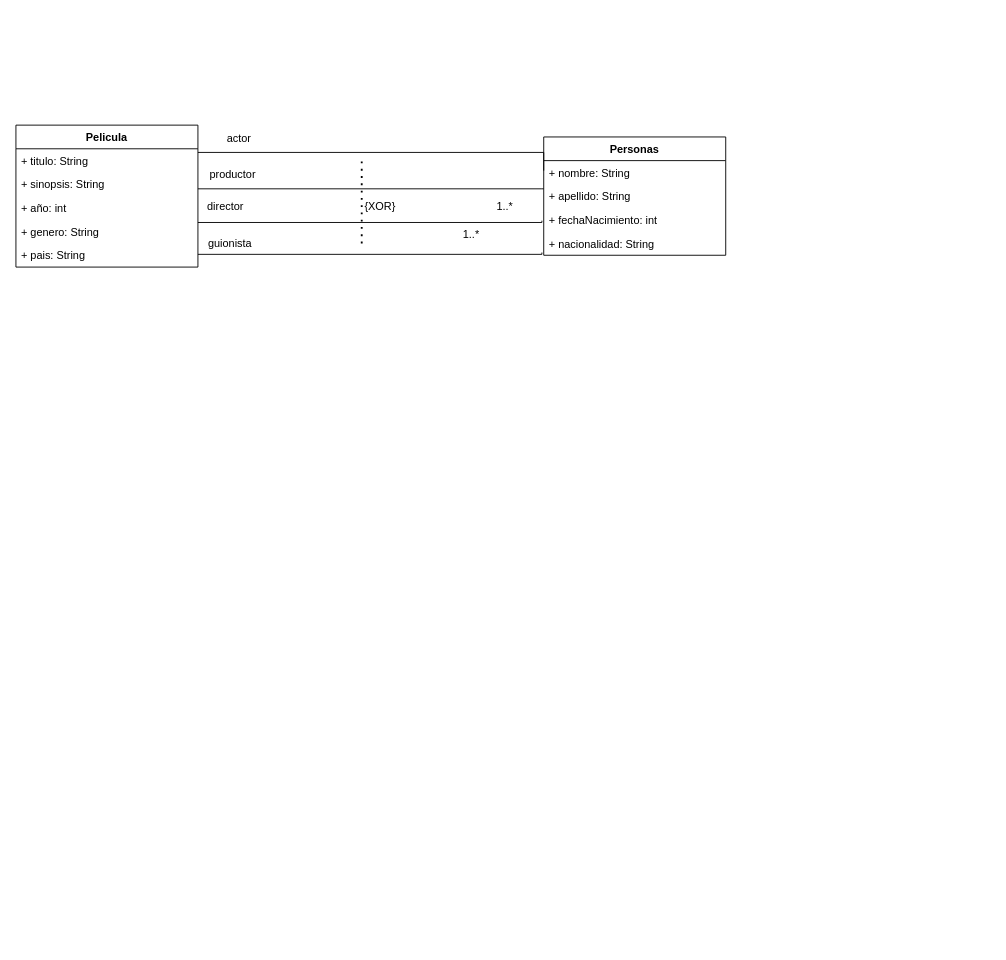
Earlier version of the draw.io diagram PRACTICA/pelicula.drawio (angelmiky/Entornos-de-desarrollo). Source tidied: cells renumbered, new cells numbered last; positions are measured from the earlier drawing's top-left corner, leaving out a move shared by most shapes. Both pictures are drawn from the tidied source at 91%, with x=0, y=0 at pixel (15, 125).
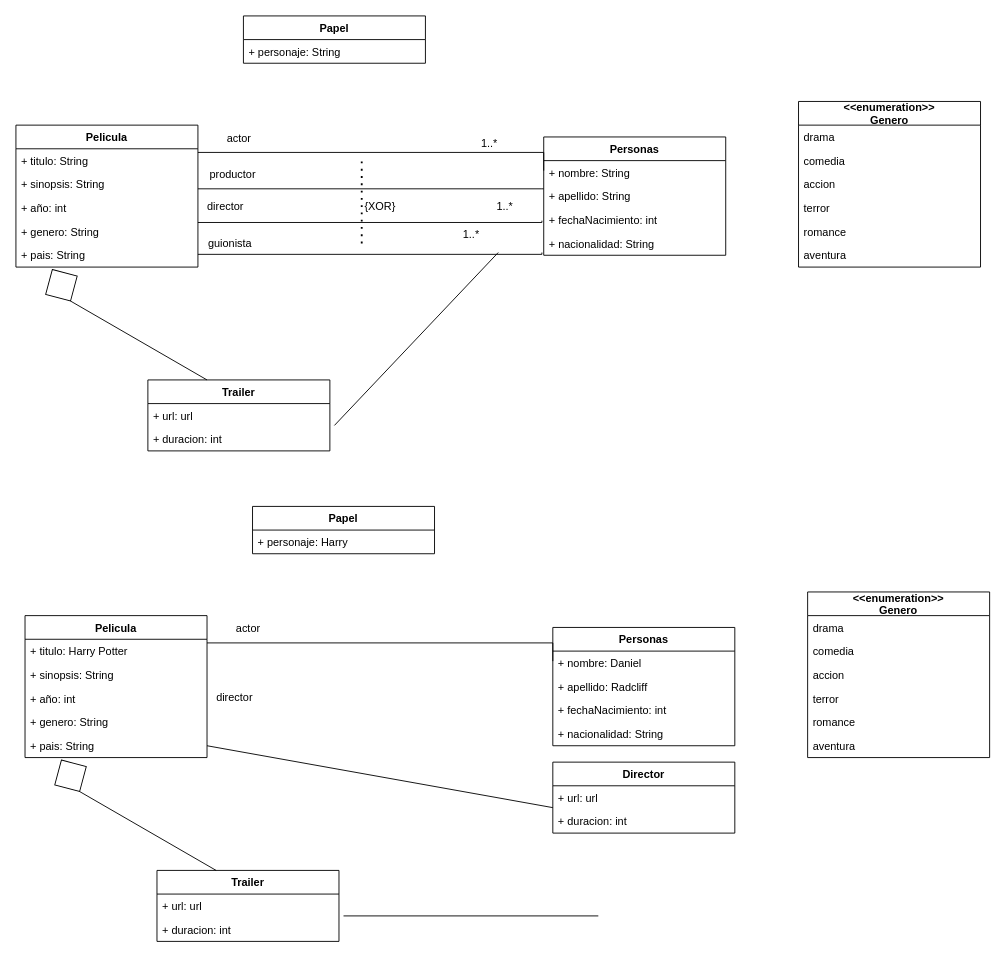
The same page after the edit.

Diff of the diagram source:
```diff
@@
+    <mxCell id="25" value="Papel" style="swimlane;fontStyle=1;horizontal=1;startSize=26;fillColor=none;" parent="1" vertex="1">
+      <mxGeometry x="250" y="-120" width="200" height="52" as="geometry" />
+    </mxCell>
+    <mxCell id="26" value="+ personaje: String" style="text;strokeColor=none;fillColor=none;align=left;verticalAlign=top;spacingLeft=4;spacingRight=4;overflow=hidden;" parent="25" vertex="1">
+      <mxGeometry y="26" width="200" height="26" as="geometry" />
+    </mxCell>
+    <mxCell id="27" value="&lt;&lt;enumeration&gt;&gt;&#10;Genero" style="swimlane;fontStyle=1;horizontal=1;startSize=26;fillColor=none;" parent="1" vertex="1">
+      <mxGeometry x="860" y="-26" width="200" height="182" as="geometry" />
+    </mxCell>
+    <mxCell id="28" value="drama" style="text;strokeColor=none;fillColor=none;align=left;verticalAlign=top;spacingLeft=4;spacingRight=4;overflow=hidden;" parent="27" vertex="1">
+      <mxGeometry y="26" width="200" height="26" as="geometry" />
+    </mxCell>
+    <mxCell id="29" value="comedia" style="text;strokeColor=none;fillColor=none;align=left;verticalAlign=top;spacingLeft=4;spacingRight=4;overflow=hidden;" parent="27" vertex="1">
+      <mxGeometry y="52" width="200" height="26" as="geometry" />
+    </mxCell>
+    <mxCell id="30" value="accion" style="text;strokeColor=none;fillColor=none;align=left;verticalAlign=top;spacingLeft=4;spacingRight=4;overflow=hidden;" parent="27" vertex="1">
+      <mxGeometry y="78" width="200" height="26" as="geometry" />
+    </mxCell>
+    <mxCell id="31" value="terror" style="text;strokeColor=none;fillColor=none;align=left;verticalAlign=top;spacingLeft=4;spacingRight=4;overflow=hidden;" parent="27" vertex="1">
+      <mxGeometry y="104" width="200" height="26" as="geometry" />
+    </mxCell>
+    <mxCell id="32" value="romance" style="text;strokeColor=none;fillColor=none;align=left;verticalAlign=top;spacingLeft=4;spacingRight=4;overflow=hidden;" parent="27" vertex="1">
+      <mxGeometry y="130" width="200" height="26" as="geometry" />
+    </mxCell>
+    <mxCell id="33" value="aventura" style="text;strokeColor=none;fillColor=none;align=left;verticalAlign=top;spacingLeft=4;spacingRight=4;overflow=hidden;" parent="27" vertex="1">
+      <mxGeometry y="156" width="200" height="26" as="geometry" />
+    </mxCell>
+    <mxCell id="34" value="Trailer" style="swimlane;fontStyle=1;horizontal=1;startSize=26;fillColor=none;" parent="1" vertex="1">
+      <mxGeometry x="145" y="280" width="200" height="78" as="geometry" />
+    </mxCell>
+    <mxCell id="35" value="+ url: url&#10;" style="text;strokeColor=none;fillColor=none;align=left;verticalAlign=top;spacingLeft=4;spacingRight=4;overflow=hidden;" parent="34" vertex="1">
+      <mxGeometry y="26" width="200" height="26" as="geometry" />
+    </mxCell>
+    <mxCell id="36" value="+ duracion: int" style="text;strokeColor=none;fillColor=none;align=left;verticalAlign=top;spacingLeft=4;spacingRight=4;overflow=hidden;" parent="34" vertex="1">
+      <mxGeometry y="52" width="200" height="26" as="geometry" />
+    </mxCell>
+    <mxCell id="37" value="1..*" style="text;html=1;align=center;verticalAlign=middle;strokeColor=none;fillColor=none;" parent="1" vertex="1">
+      <mxGeometry x="500" y="5" width="40" height="30" as="geometry" />
+    </mxCell>
+    <mxCell id="38" style="rhombus;whiteSpace=wrap;html=1;rotation=-30;" parent="1" vertex="1">
+      <mxGeometry x="30" y="156" width="40" height="40" as="geometry" />
+    </mxCell>
+    <mxCell id="39" style="endArrow=none;html=1;rounded=0;entryX=0.5;entryY=1;entryDx=0;entryDy=0;exitX=0.325;exitY=0;exitDx=0;exitDy=0;exitPerimeter=0;" parent="1" edge="1" source="34" target="38">
+      <mxGeometry relative="1" as="geometry" />
+    </mxCell>
+    <mxCell id="40" style="endArrow=none;html=1;rounded=0;" parent="1" edge="1">
+      <mxGeometry relative="1" as="geometry">
+        <mxPoint x="350" y="330" as="sourcePoint" />
+        <mxPoint x="530" y="140" as="targetPoint" />
+      </mxGeometry>
+    </mxCell>
+    <mxCell id="41" value="Pelicula" style="swimlane;fontStyle=1;horizontal=1;startSize=26;fillColor=none;" parent="1" vertex="1">
+      <mxGeometry x="10" y="539" width="200" height="156" as="geometry" />
+    </mxCell>
+    <mxCell id="42" value="+ titulo: Harry Potter" style="text;strokeColor=none;fillColor=none;align=left;verticalAlign=top;spacingLeft=4;spacingRight=4;overflow=hidden;points=[[0,0.5],[1,0.5]];portConstraint=eastwest;" parent="41" vertex="1">
+      <mxGeometry y="26" width="200" height="26" as="geometry" />
+    </mxCell>
+    <mxCell id="43" value="+ sinopsis: String" style="text;strokeColor=none;fillColor=none;align=left;verticalAlign=top;spacingLeft=4;spacingRight=4;overflow=hidden;" parent="41" vertex="1">
+      <mxGeometry y="52" width="200" height="26" as="geometry" />
+    </mxCell>
+    <mxCell id="44" value="+ año: int" style="text;strokeColor=none;fillColor=none;align=left;verticalAlign=top;spacingLeft=4;spacingRight=4;overflow=hidden;" parent="41" vertex="1">
+      <mxGeometry y="78" width="200" height="26" as="geometry" />
+    </mxCell>
+    <mxCell id="45" value="+ genero: String" style="text;strokeColor=none;fillColor=none;align=left;verticalAlign=top;spacingLeft=4;spacingRight=4;overflow=hidden;" parent="41" vertex="1">
+      <mxGeometry y="104" width="200" height="26" as="geometry" />
+    </mxCell>
+    <mxCell id="46" value="+ pais: String" style="text;strokeColor=none;fillColor=none;align=left;verticalAlign=top;spacingLeft=4;spacingRight=4;overflow=hidden;points=[[0,0.5],[1,0.5]];portConstraint=eastwest;" parent="41" vertex="1">
+      <mxGeometry y="130" width="200" height="26" as="geometry" />
+    </mxCell>
+    <mxCell id="47" value="Personas" style="swimlane;fontStyle=1;horizontal=1;startSize=26;fillColor=none;" parent="1" vertex="1">
+      <mxGeometry x="590" y="552" width="200" height="130" as="geometry" />
+    </mxCell>
+    <mxCell id="48" value="+ nombre: Daniel" style="text;strokeColor=none;fillColor=none;align=left;verticalAlign=top;spacingLeft=4;spacingRight=4;overflow=hidden;" parent="47" vertex="1">
+      <mxGeometry y="26" width="200" height="26" as="geometry" />
+    </mxCell>
+    <mxCell id="49" value="+ apellido: Radcliff" style="text;strokeColor=none;fillColor=none;align=left;verticalAlign=top;spacingLeft=4;spacingRight=4;overflow=hidden;" parent="47" vertex="1">
+      <mxGeometry y="52" width="200" height="26" as="geometry" />
+    </mxCell>
+    <mxCell id="50" value="+ fechaNacimiento: int" style="text;strokeColor=none;fillColor=none;align=left;verticalAlign=top;spacingLeft=4;spacingRight=4;overflow=hidden;" parent="47" vertex="1">
+      <mxGeometry y="78" width="200" height="26" as="geometry" />
+    </mxCell>
+    <mxCell id="51" value="+ nacionalidad: String" style="text;strokeColor=none;fillColor=none;align=left;verticalAlign=top;spacingLeft=4;spacingRight=4;overflow=hidden;" parent="47" vertex="1">
+      <mxGeometry y="104" width="200" height="26" as="geometry" />
+    </mxCell>
+    <mxCell id="52" style="edgeStyle=orthogonalEdgeStyle;rounded=0;jettySize=auto;html=1;endArrow=none;endFill=0;" parent="1" edge="1" source="42">
+      <mxGeometry relative="1" as="geometry">
+        <mxPoint x="590" y="589" as="targetPoint" />
+        <Array as="points">
+          <mxPoint x="590" y="569" />
+        </Array>
+      </mxGeometry>
+    </mxCell>
+    <mxCell id="53" value="actor" style="text;html=1;align=center;verticalAlign=middle;strokeColor=none;fillColor=none;" parent="1" vertex="1">
+      <mxGeometry x="230" y="539" width="50" height="30" as="geometry" />
+    </mxCell>
+    <mxCell id="54" value="director" style="text;html=1;align=center;verticalAlign=middle;strokeColor=none;fillColor=none;" parent="1" vertex="1">
+      <mxGeometry x="210" y="614" width="60" height="30" as="geometry" />
+    </mxCell>
+    <mxCell id="55" value="Papel" style="swimlane;fontStyle=1;horizontal=1;startSize=26;fillColor=none;" parent="1" vertex="1">
+      <mxGeometry x="260" y="419" width="200" height="52" as="geometry" />
+    </mxCell>
+    <mxCell id="56" value="+ personaje: Harry" style="text;strokeColor=none;fillColor=none;align=left;verticalAlign=top;spacingLeft=4;spacingRight=4;overflow=hidden;" parent="55" vertex="1">
+      <mxGeometry y="26" width="200" height="26" as="geometry" />
+    </mxCell>
+    <mxCell id="57" value="&lt;&lt;enumeration&gt;&gt;&#10;Genero" style="swimlane;fontStyle=1;horizontal=1;startSize=26;fillColor=none;" parent="1" vertex="1">
+      <mxGeometry x="870" y="513" width="200" height="182" as="geometry" />
+    </mxCell>
+    <mxCell id="58" value="drama" style="text;strokeColor=none;fillColor=none;align=left;verticalAlign=top;spacingLeft=4;spacingRight=4;overflow=hidden;" parent="57" vertex="1">
+      <mxGeometry y="26" width="200" height="26" as="geometry" />
+    </mxCell>
+    <mxCell id="59" value="comedia" style="text;strokeColor=none;fillColor=none;align=left;verticalAlign=top;spacingLeft=4;spacingRight=4;overflow=hidden;" parent="57" vertex="1">
+      <mxGeometry y="52" width="200" height="26" as="geometry" />
+    </mxCell>
+    <mxCell id="60" value="accion" style="text;strokeColor=none;fillColor=none;align=left;verticalAlign=top;spacingLeft=4;spacingRight=4;overflow=hidden;" parent="57" vertex="1">
+      <mxGeometry y="78" width="200" height="26" as="geometry" />
+    </mxCell>
+    <mxCell id="61" value="terror" style="text;strokeColor=none;fillColor=none;align=left;verticalAlign=top;spacingLeft=4;spacingRight=4;overflow=hidden;" parent="57" vertex="1">
+      <mxGeometry y="104" width="200" height="26" as="geometry" />
+    </mxCell>
+    <mxCell id="62" value="romance" style="text;strokeColor=none;fillColor=none;align=left;verticalAlign=top;spacingLeft=4;spacingRight=4;overflow=hidden;" parent="57" vertex="1">
+      <mxGeometry y="130" width="200" height="26" as="geometry" />
+    </mxCell>
+    <mxCell id="63" value="aventura" style="text;strokeColor=none;fillColor=none;align=left;verticalAlign=top;spacingLeft=4;spacingRight=4;overflow=hidden;" parent="57" vertex="1">
+      <mxGeometry y="156" width="200" height="26" as="geometry" />
+    </mxCell>
+    <mxCell id="64" value="Trailer" style="swimlane;fontStyle=1;horizontal=1;startSize=26;fillColor=none;" parent="1" vertex="1">
+      <mxGeometry x="155" y="819" width="200" height="78" as="geometry" />
+    </mxCell>
+    <mxCell id="65" value="+ url: url&#10;" style="text;strokeColor=none;fillColor=none;align=left;verticalAlign=top;spacingLeft=4;spacingRight=4;overflow=hidden;" parent="64" vertex="1">
+      <mxGeometry y="26" width="200" height="26" as="geometry" />
+    </mxCell>
+    <mxCell id="66" value="+ duracion: int" style="text;strokeColor=none;fillColor=none;align=left;verticalAlign=top;spacingLeft=4;spacingRight=4;overflow=hidden;" parent="64" vertex="1">
+      <mxGeometry y="52" width="200" height="26" as="geometry" />
+    </mxCell>
+    <mxCell id="67" style="rhombus;whiteSpace=wrap;html=1;rotation=-30;" parent="1" vertex="1">
+      <mxGeometry x="40" y="695" width="40" height="40" as="geometry" />
+    </mxCell>
+    <mxCell id="68" style="endArrow=none;html=1;rounded=0;entryX=0.5;entryY=1;entryDx=0;entryDy=0;exitX=0.325;exitY=0;exitDx=0;exitDy=0;exitPerimeter=0;" parent="1" edge="1" source="64" target="67">
+      <mxGeometry relative="1" as="geometry" />
+    </mxCell>
+    <mxCell id="69" style="endArrow=none;html=1;rounded=0;" parent="1" edge="1">
+      <mxGeometry relative="1" as="geometry">
+        <mxPoint x="360" y="869" as="sourcePoint" />
+        <mxPoint x="640" y="869" as="targetPoint" />
+      </mxGeometry>
+    </mxCell>
+    <mxCell id="70" value="Director" style="swimlane;fontStyle=1;horizontal=1;startSize=26;fillColor=none;" parent="1" vertex="1">
+      <mxGeometry x="590" y="700" width="200" height="78" as="geometry" />
+    </mxCell>
+    <mxCell id="71" value="+ url: url&#10;" style="text;strokeColor=none;fillColor=none;align=left;verticalAlign=top;spacingLeft=4;spacingRight=4;overflow=hidden;" parent="70" vertex="1">
+      <mxGeometry y="26" width="200" height="26" as="geometry" />
+    </mxCell>
+    <mxCell id="72" value="+ duracion: int" style="text;strokeColor=none;fillColor=none;align=left;verticalAlign=top;spacingLeft=4;spacingRight=4;overflow=hidden;" parent="70" vertex="1">
+      <mxGeometry y="52" width="200" height="26" as="geometry" />
+    </mxCell>
+    <mxCell id="73" style="endArrow=none;html=1;rounded=0;exitX=1;exitY=0.5;exitDx=0;exitDy=0;" parent="1" edge="1" source="46">
+      <mxGeometry relative="1" as="geometry">
+        <mxPoint x="590" y="750" as="targetPoint" />
+      </mxGeometry>
+    </mxCell>
```
